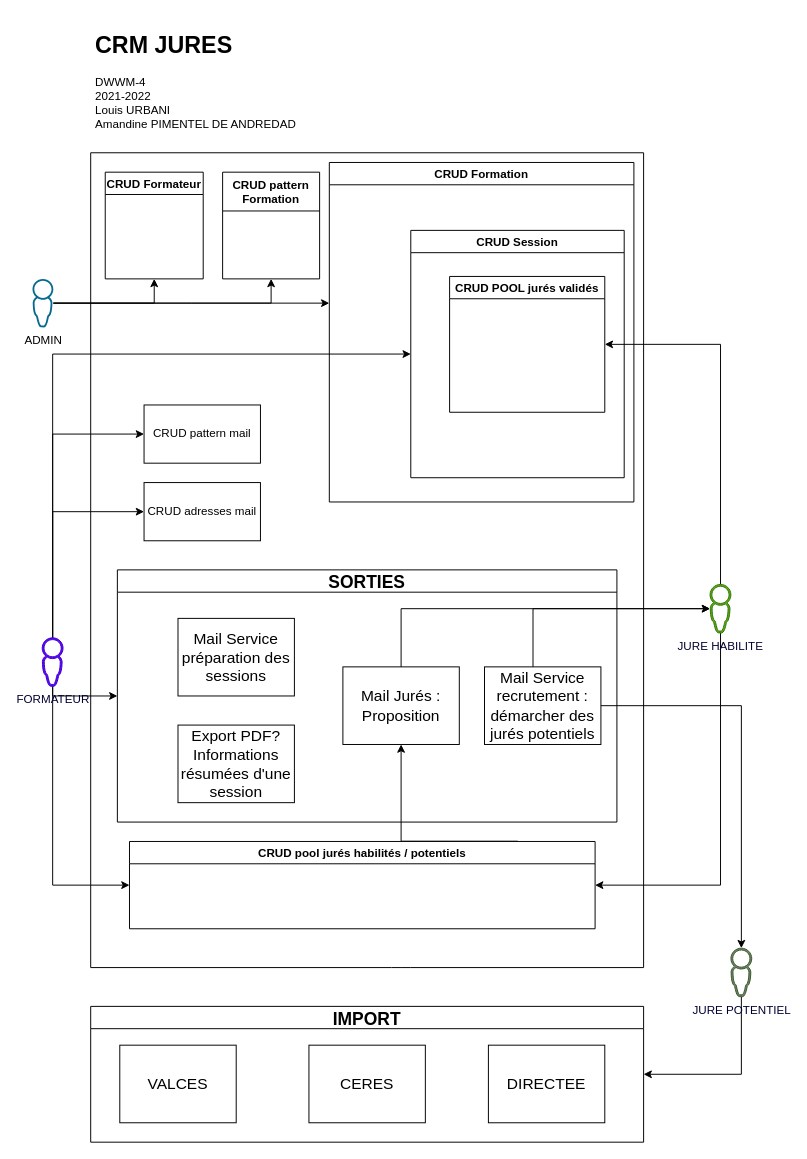
The draw.io diagram Documentation/UML/2 functionnal diagram.drawio in U-Louis/CRM-Jures, before the edit. Source tidied: cells renumbered, new cells numbered last; positions are measured from the earlier drawing's top-left corner, leaving out a move shared by most shapes. Both pictures are drawn from the tidied source at 97%, with x=0, y=0 at pixel (32, 26).
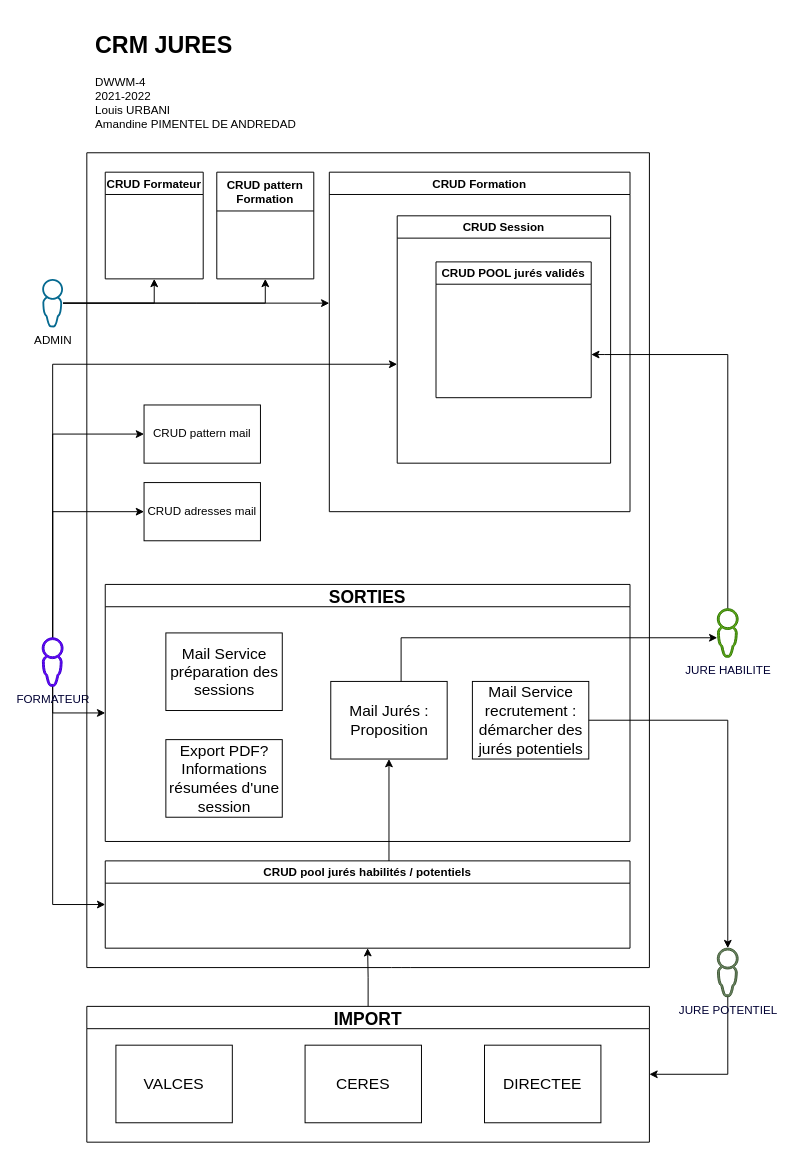
Above is the later version.

The change refers to these unchanged cells:
```xml
<mxCell id="11" value="&lt;font color=&quot;#000033&quot;&gt;FORMATEUR&lt;/font&gt;" style="shadow=0;dashed=0;html=1;strokeColor=#3700CC;labelPosition=center;verticalLabelPosition=bottom;verticalAlign=top;align=center;outlineConnect=0;shape=mxgraph.vvd.administrator;fillColor=#6a00ff;fontColor=#ffffff;" parent="1" vertex="1">
  <mxGeometry x="10" y="630" width="21.5" height="50" as="geometry" />
</mxCell>
<mxCell id="16" value="CRUD POOL jurés validés" style="swimlane;" parent="15" vertex="1">
  <mxGeometry x="40" y="47.5" width="160" height="140" as="geometry" />
</mxCell>
<mxCell id="19" value="Mail Jurés :&lt;br style=&quot;font-size: 16px;&quot;&gt;Proposition" style="whiteSpace=wrap;html=1;fontSize=16;" parent="18" vertex="1">
  <mxGeometry x="232.5" y="100" width="120" height="80" as="geometry" />
</mxCell>
<mxCell id="22" value="Mail Service recrutement : démarcher des jurés potentiels" style="whiteSpace=wrap;html=1;fontSize=16;" parent="18" vertex="1">
  <mxGeometry x="378.5" y="100" width="120" height="80" as="geometry" />
</mxCell>
```

The edit, as a diff of the source:
```diff
@@
     <mxCell id="5" value="ADMIN" style="shadow=0;dashed=0;html=1;strokeColor=none;labelPosition=center;verticalLabelPosition=bottom;verticalAlign=top;align=center;outlineConnect=0;shape=mxgraph.vvd.administrator;fillColor=#066A90;" parent="1" vertex="1">
-      <mxGeometry y="260" width="21.5" height="50" as="geometry" />
+      <mxGeometry x="10" y="260" width="21.5" height="50" as="geometry" />
     </mxCell>
-    <mxCell id="6" style="edgeStyle=orthogonalEdgeStyle;jettySize=auto;html=1;entryX=0;entryY=0.5;entryDx=0;entryDy=0;rounded=0;" parent="1" edge="1" source="11" target="15">
+    <mxCell id="6" style="edgeStyle=orthogonalEdgeStyle;jettySize=auto;html=1;rounded=0;" parent="1" edge="1" source="11">
       <mxGeometry relative="1" as="geometry">
+        <mxPoint x="376" y="348" as="targetPoint" />
         <Array as="points">
-          <mxPoint x="21" y="338" />
+          <mxPoint x="21" y="348" />
         </Array>
       </mxGeometry>
     </mxCell>
     <mxCell id="7" style="edgeStyle=orthogonalEdgeStyle;jettySize=auto;html=1;entryX=0;entryY=0.5;entryDx=0;entryDy=0;rounded=0;" parent="1" edge="1" source="11" target="18">
       <mxGeometry relative="1" as="geometry">
         <Array as="points">
-          <mxPoint x="21" y="690" />
+          <mxPoint x="21" y="708" />
+          <mxPoint x="75" y="708" />
         </Array>
       </mxGeometry>
     </mxCell>
     <mxCell id="8" style="edgeStyle=orthogonalEdgeStyle;jettySize=auto;html=1;entryX=0;entryY=0.5;entryDx=0;entryDy=0;rounded=0;" parent="1" edge="1" source="11" target="31">
       <mxGeometry relative="1" as="geometry">
         <Array as="points">
-          <mxPoint x="21" y="885" />
+          <mxPoint x="21" y="905" />
         </Array>
       </mxGeometry>
     </mxCell>
@@
     <mxCell id="12" style="endArrow=none;html=1;" parent="1" edge="1">
       <mxGeometry relative="1" as="geometry">
-        <mxPoint x="60" y="970" as="sourcePoint" />
-        <mxPoint x="60" y="130" as="targetPoint" />
+        <mxPoint x="56" y="970" as="sourcePoint" />
+        <mxPoint x="56" y="130" as="targetPoint" />
       </mxGeometry>
     </mxCell>
@@
     <mxCell id="14" value="CRUD Formation" style="swimlane;" parent="1" vertex="1">
-      <mxGeometry x="306" y="140" width="314" height="350" as="geometry" />
+      <mxGeometry x="306" y="150" width="310" height="350" as="geometry" />
     </mxCell>
     <mxCell id="15" value="CRUD Session" style="swimlane;" parent="14" vertex="1">
-      <mxGeometry x="84" y="70" width="220" height="255" as="geometry" />
+      <mxGeometry x="70" y="45" width="220" height="255" as="geometry" />
     </mxCell>
@@
     <mxCell id="17" style="endArrow=none;html=1;" parent="1" edge="1">
       <mxGeometry relative="1" as="geometry">
-        <mxPoint x="630" y="970" as="sourcePoint" />
-        <mxPoint x="630" y="130" as="targetPoint" />
+        <mxPoint x="636" y="970" as="sourcePoint" />
+        <mxPoint x="636" y="130" as="targetPoint" />
       </mxGeometry>
     </mxCell>
     <mxCell id="18" value="SORTIES" style="swimlane;fontSize=18;" parent="1" vertex="1">
-      <mxGeometry x="87.5" y="560" width="515" height="260" as="geometry" />
+      <mxGeometry x="75" y="575" width="541" height="265" as="geometry" />
     </mxCell>
@@
     <mxCell id="23" style="endArrow=none;html=1;" parent="1" edge="1">
       <mxGeometry relative="1" as="geometry">
-        <mxPoint x="60" y="130" as="sourcePoint" />
-        <mxPoint x="630" y="130" as="targetPoint" />
+        <mxPoint x="56" y="130" as="sourcePoint" />
+        <mxPoint x="636" y="130" as="targetPoint" />
       </mxGeometry>
     </mxCell>
@@
     <mxCell id="25" style="endArrow=none;html=1;" parent="1" edge="1">
       <mxGeometry relative="1" as="geometry">
-        <mxPoint x="60" y="970" as="sourcePoint" />
-        <mxPoint x="630" y="970" as="targetPoint" />
+        <mxPoint x="56" y="970" as="sourcePoint" />
+        <mxPoint x="636" y="970" as="targetPoint" />
         <Array as="points">
           <mxPoint x="380" y="970" />
         </Array>
       </mxGeometry>
     </mxCell>
+    <mxCell id="43" style="edgeStyle=orthogonalEdgeStyle;rounded=0;jettySize=auto;html=1;entryX=0.5;entryY=1;entryDx=0;entryDy=0;" parent="1" edge="1" source="26" target="31">
+      <mxGeometry relative="1" as="geometry" />
+    </mxCell>
     <mxCell id="26" value="IMPORT" style="swimlane;fontSize=18;" parent="1" vertex="1">
-      <mxGeometry x="60" y="1010" width="570" height="140" as="geometry" />
+      <mxGeometry x="56" y="1010" width="580" height="140" as="geometry" />
     </mxCell>
@@
-    <mxCell id="30" style="edgeStyle=orthogonalEdgeStyle;jettySize=auto;html=1;entryX=0.5;entryY=1;entryDx=0;entryDy=0;exitX=0.834;exitY=-0.003;exitDx=0;exitDy=0;exitPerimeter=0;rounded=0;" parent="1" edge="1" source="31" target="19">
+    <mxCell id="30" style="edgeStyle=orthogonalEdgeStyle;jettySize=auto;html=1;entryX=0.5;entryY=1;entryDx=0;entryDy=0;exitX=0.567;exitY=0.008;exitDx=0;exitDy=0;exitPerimeter=0;rounded=0;" parent="1" edge="1" source="31" target="19">
       <mxGeometry relative="1" as="geometry">
         <Array as="points">
-          <mxPoint x="380" y="840" />
+          <mxPoint x="368" y="861" />
+          <mxPoint x="368" y="755" />
         </Array>
       </mxGeometry>
     </mxCell>
     <mxCell id="31" value="CRUD pool jurés habilités / potentiels" style="swimlane;startSize=23;" parent="1" vertex="1">
-      <mxGeometry x="100" y="840" width="480" height="90" as="geometry" />
+      <mxGeometry x="75" y="860" width="541" height="90" as="geometry" />
     </mxCell>
-    <mxCell id="32" style="edgeStyle=orthogonalEdgeStyle;rounded=0;jettySize=auto;html=1;entryX=1;entryY=0.5;entryDx=0;entryDy=0;" parent="1" edge="1" source="34" target="16">
+    <mxCell id="32" style="edgeStyle=orthogonalEdgeStyle;rounded=0;jettySize=auto;html=1;" parent="1" edge="1" source="34">
       <mxGeometry relative="1" as="geometry">
+        <mxPoint x="576" y="338" as="targetPoint" />
         <Array as="points">
-          <mxPoint x="710" y="327" />
+          <mxPoint x="717" y="338" />
+          <mxPoint x="590" y="338" />
         </Array>
       </mxGeometry>
     </mxCell>
-    <mxCell id="33" style="edgeStyle=orthogonalEdgeStyle;rounded=0;jettySize=auto;html=1;entryX=1;entryY=0.5;entryDx=0;entryDy=0;" parent="1" edge="1" source="34" target="31">
-      <mxGeometry relative="1" as="geometry">
-        <Array as="points">
-          <mxPoint x="710" y="885" />
-        </Array>
-      </mxGeometry>
-    </mxCell>
     <mxCell id="34" value="&lt;font color=&quot;#000033&quot;&gt;JURE HABILITE&lt;/font&gt;" style="shadow=0;dashed=0;html=1;strokeColor=#2D7600;labelPosition=center;verticalLabelPosition=bottom;verticalAlign=top;align=center;outlineConnect=0;shape=mxgraph.vvd.administrator;fillColor=#60a917;fontColor=#ffffff;" parent="1" vertex="1">
-      <mxGeometry x="698.5" y="575" width="21.5" height="50" as="geometry" />
+      <mxGeometry x="706" y="600" width="21.5" height="50" as="geometry" />
     </mxCell>
     <mxCell id="35" style="edgeStyle=orthogonalEdgeStyle;jettySize=auto;html=1;entryX=1;entryY=0.5;entryDx=0;entryDy=0;rounded=0;" parent="1" edge="1" source="36" target="26">
       <mxGeometry relative="1" as="geometry">
         <Array as="points">
-          <mxPoint x="731" y="1080" />
+          <mxPoint x="717" y="1080" />
         </Array>
       </mxGeometry>
     </mxCell>
     <mxCell id="36" value="&lt;font color=&quot;#000033&quot;&gt;JURE POTENTIEL&lt;/font&gt;" style="shadow=0;dashed=0;html=1;strokeColor=#3A5431;labelPosition=center;verticalLabelPosition=bottom;verticalAlign=top;align=center;outlineConnect=0;shape=mxgraph.vvd.administrator;fillColor=#6d8764;fontColor=#ffffff;" parent="1" vertex="1">
-      <mxGeometry x="720" y="950" width="21.5" height="50" as="geometry" />
+      <mxGeometry x="706" y="950" width="21.5" height="50" as="geometry" />
     </mxCell>
@@
-    <mxCell id="38" style="edgeStyle=orthogonalEdgeStyle;jettySize=auto;html=1;rounded=0;startArrow=none;" parent="1" edge="1" source="22" target="34">
-      <mxGeometry relative="1" as="geometry">
-        <Array as="points">
-          <mxPoint x="516" y="600" />
-        </Array>
-      </mxGeometry>
-    </mxCell>
@@
     <mxCell id="41" value="&#10;CRUD pattern&#10;Formation&#10;" style="swimlane;startSize=40;" parent="1" vertex="1">
-      <mxGeometry x="196" y="150" width="100" height="110" as="geometry" />
+      <mxGeometry x="190" y="150" width="100" height="110" as="geometry" />
     </mxCell>
     <mxCell id="42" style="edgeStyle=orthogonalEdgeStyle;rounded=0;jettySize=auto;html=1;" parent="1" edge="1" source="19" target="34">
       <mxGeometry relative="1" as="geometry">
         <Array as="points">
-          <mxPoint x="380" y="600" />
+          <mxPoint x="380" y="630" />
+          <mxPoint x="717" y="630" />
         </Array>
       </mxGeometry>
     </mxCell>
```
